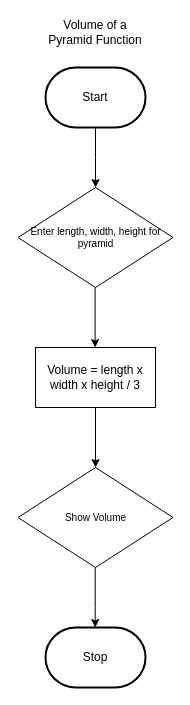
Earlier version of the draw.io diagram design/flowchart.drawio (MTHS-ICD2O-1-2024/ICD2O-Unit-3-02-Isaac-Ip). Source tidied: cells renumbered, new cells numbered last; positions are measured from the earlier drawing's top-left corner, leaving out a move shared by most shapes. Both pictures are drawn from the tidied source at 100%, with x=0, y=0 at pixel (17, 17).
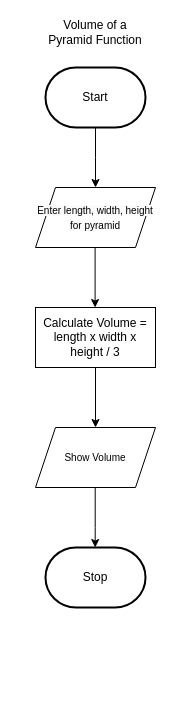
The same diagram, later.

Diff of the diagram source:
```diff
@@
 <mxGraphModel>
   <root>
     <mxCell id="0" />
     <mxCell id="1" parent="0" />
     <mxCell id="2" style="edgeStyle=orthogonalEdgeStyle;html=1;rounded=0;verticalAlign=middle;" parent="1" edge="1" source="3">
       <mxGeometry relative="1" as="geometry">
         <mxPoint x="78" y="170" as="targetPoint" />
       </mxGeometry>
     </mxCell>
     <mxCell id="3" value="Start" style="strokeWidth=2;html=1;shape=mxgraph.flowchart.terminator;whiteSpace=wrap;" parent="1" vertex="1">
       <mxGeometry x="28" y="50" width="100" height="60" as="geometry" />
     </mxCell>
     <mxCell id="4" value="Volume of a Pyramid Function" style="text;strokeColor=none;align=center;fillColor=none;html=1;verticalAlign=middle;whiteSpace=wrap;rounded=0;" parent="1" vertex="1">
       <mxGeometry x="28" width="100" height="30" as="geometry" />
     </mxCell>
-    <mxCell id="5" value="Enter length, width, height for pyramid" style="rhombus;whiteSpace=wrap;html=1;fontSize=10;" parent="1" vertex="1">
-      <mxGeometry x="0.5" y="170" width="155" height="100" as="geometry" />
-    </mxCell>
     <mxCell id="6" style="edgeStyle=orthogonalEdgeStyle;html=1;rounded=0;verticalAlign=middle;" parent="1" edge="1">
       <mxGeometry relative="1" as="geometry">
-        <mxPoint x="77.6" y="270" as="sourcePoint" />
-        <mxPoint x="77.6" y="330" as="targetPoint" />
+        <mxPoint x="77.6" y="230" as="sourcePoint" />
+        <mxPoint x="77.6" y="290" as="targetPoint" />
       </mxGeometry>
     </mxCell>
-    <mxCell id="7" value="Volume = length x width x height / 3" style="whiteSpace=wrap;html=1;" parent="1" vertex="1">
-      <mxGeometry x="18" y="330" width="120" height="60" as="geometry" />
+    <mxCell id="7" value="Calculate Volume = length x width x height / 3" style="whiteSpace=wrap;html=1;" parent="1" vertex="1">
+      <mxGeometry x="18" y="290" width="120" height="60" as="geometry" />
     </mxCell>
     <mxCell id="8" style="edgeStyle=orthogonalEdgeStyle;html=1;rounded=0;verticalAlign=middle;" parent="1" edge="1">
       <mxGeometry relative="1" as="geometry">
-        <mxPoint x="78" y="390" as="sourcePoint" />
-        <mxPoint x="78" y="450" as="targetPoint" />
+        <mxPoint x="78" y="350" as="sourcePoint" />
+        <mxPoint x="78" y="410" as="targetPoint" />
       </mxGeometry>
     </mxCell>
-    <mxCell id="9" value="Show Volume" style="rhombus;whiteSpace=wrap;html=1;fontSize=10;" parent="1" vertex="1">
-      <mxGeometry x="0.5" y="450" width="155" height="100" as="geometry" />
-    </mxCell>
     <mxCell id="10" value="Stop" style="strokeWidth=2;html=1;shape=mxgraph.flowchart.terminator;whiteSpace=wrap;" parent="1" vertex="1">
-      <mxGeometry x="28" y="610" width="100" height="60" as="geometry" />
+      <mxGeometry x="28" y="530" width="100" height="60" as="geometry" />
     </mxCell>
     <mxCell id="11" style="edgeStyle=orthogonalEdgeStyle;html=1;rounded=0;verticalAlign=middle;" parent="1" edge="1">
       <mxGeometry relative="1" as="geometry">
-        <mxPoint x="77.7" y="550" as="sourcePoint" />
-        <mxPoint x="77.7" y="610" as="targetPoint" />
+        <mxPoint x="77.7" y="470" as="sourcePoint" />
+        <mxPoint x="77.7" y="530" as="targetPoint" />
         <Array as="points">
-          <mxPoint x="77.7" y="590" />
-          <mxPoint x="77.7" y="590" />
+          <mxPoint x="77.7" y="510" />
+          <mxPoint x="77.7" y="510" />
         </Array>
       </mxGeometry>
     </mxCell>
+    <mxCell id="5" value="&lt;span style=&quot;color: rgb(0, 0, 0); font-family: Helvetica; font-size: 10px; font-style: normal; font-variant-ligatures: normal; font-variant-caps: normal; font-weight: 400; letter-spacing: normal; orphans: 2; text-align: center; text-indent: 0px; text-transform: none; widows: 2; word-spacing: 0px; -webkit-text-stroke-width: 0px; white-space: normal; background-color: rgb(251, 251, 251); text-decoration-thickness: initial; text-decoration-style: initial; text-decoration-color: initial; display: inline !important; float: none;&quot;&gt;Enter length, width, height for pyramid&lt;/span&gt;" style="shape=parallelogram;perimeter=parallelogramPerimeter;whiteSpace=wrap;html=1;fixedSize=1;" parent="1" vertex="1">
+      <mxGeometry x="18" y="170" width="120" height="60" as="geometry" />
+    </mxCell>
+    <mxCell id="9" value="&lt;span style=&quot;color: rgb(0, 0, 0); font-size: 10px;&quot;&gt;Show Volume&lt;/span&gt;" style="shape=parallelogram;perimeter=parallelogramPerimeter;whiteSpace=wrap;html=1;fixedSize=1;" parent="1" vertex="1">
+      <mxGeometry x="18" y="410" width="120" height="60" as="geometry" />
+    </mxCell>
   </root>
 </mxGraphModel>
```
